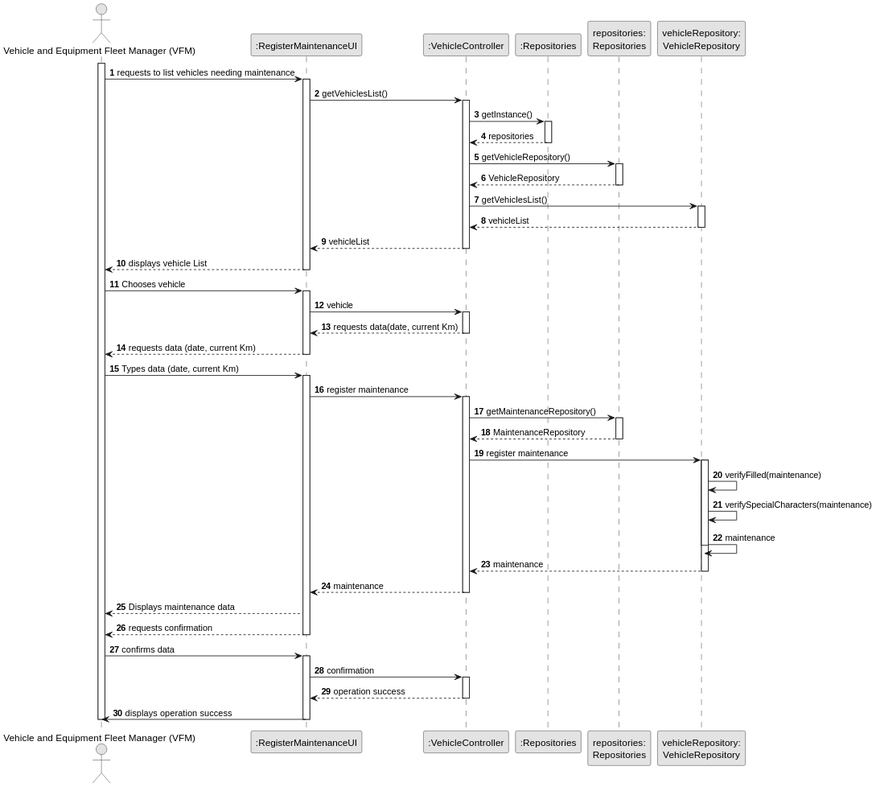
This is docs/sprintB/us007/03.design/svg/us007-sequence-diagram-full.svg from RicardoMorim/lapr2-ISEP-Project, a PlantUML export, as it was before one commit.
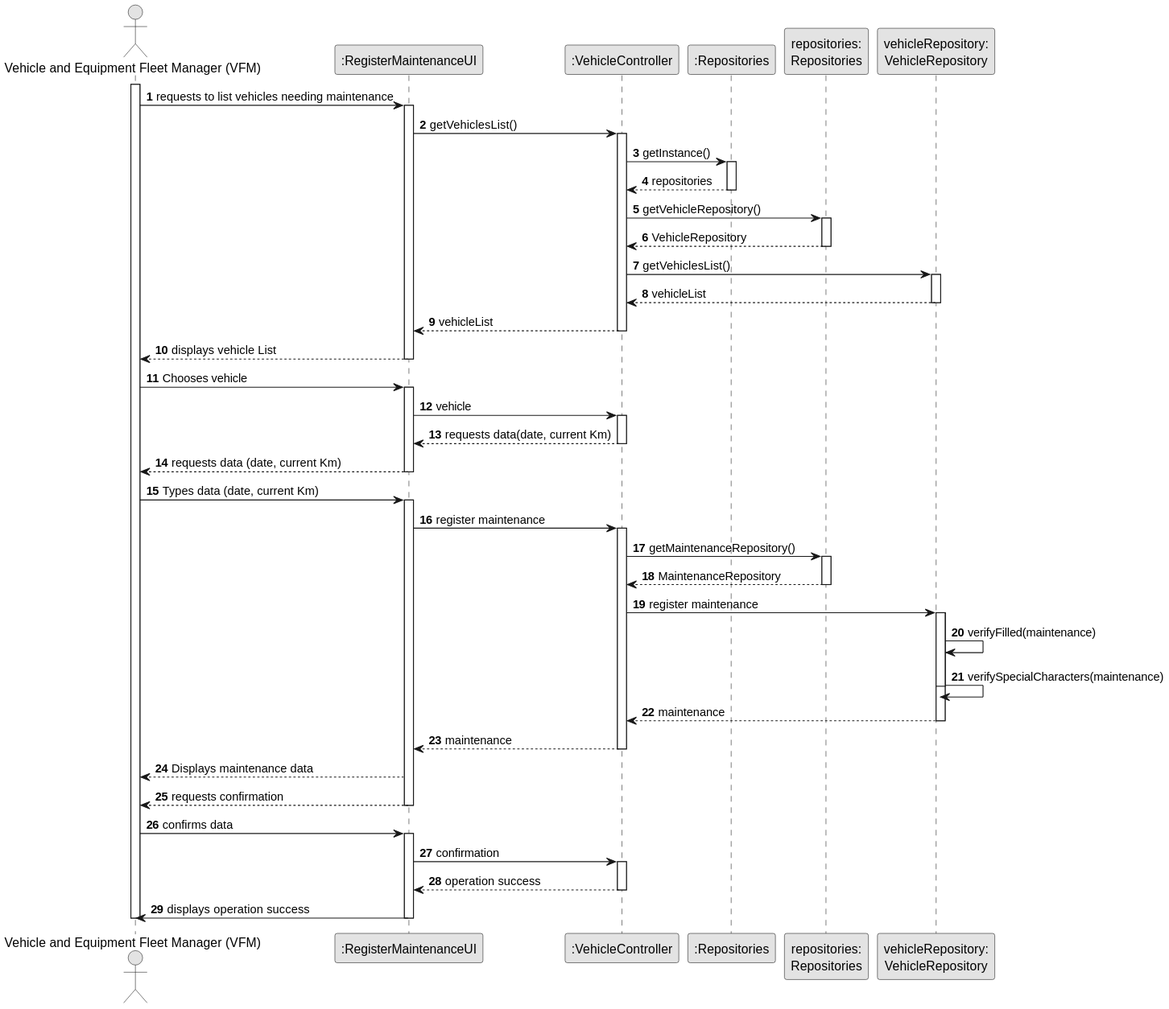
After the commit.

What changed in the source:
```diff
@@ -78,7 +78,7 @@
 
                VehicleRepository -> VehicleRepository : verifyFilled(maintenance)
                VehicleRepository -> VehicleRepository : verifySpecialCharacters(maintenance)
-               VehicleRepository -> VehicleRepository : maintenance
+
                deactivate
                VehicleRepository --> CTRL : maintenance
                deactivate
```
